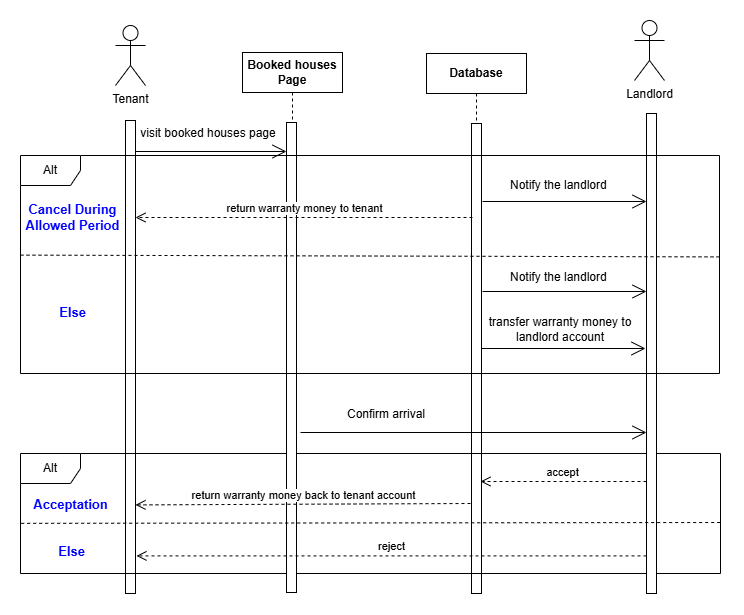
Above: docs/diagrams/sequence_diagram/CancelRental_ConfirmArrival.png in Semsary/Documentation (draw.io), before the change. Source tidied: cells renumbered, new cells last; positions are measured from the earlier drawing's top-left corner, leaving out a move shared by most shapes.
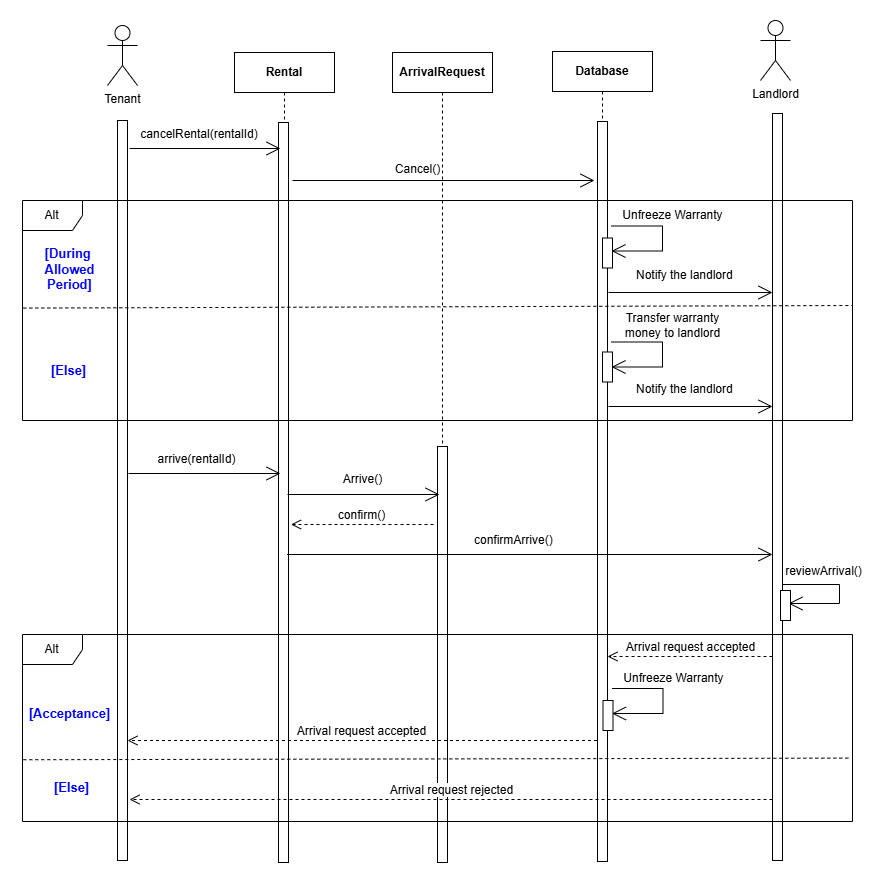
Above is the later version.

Diff of the diagram source:
```diff
@@ -3,124 +3,214 @@
     <mxCell id="0" />
     <mxCell id="1" parent="0" />
     <mxCell id="2" value="Tenant" style="shape=umlActor;verticalLabelPosition=bottom;verticalAlign=top;html=1;" parent="1" vertex="1">
-      <mxGeometry x="95" y="5" width="30" height="60" as="geometry" />
+      <mxGeometry x="-615" y="18" width="30" height="60" as="geometry" />
     </mxCell>
-    <mxCell id="3" style="html=1;points=[[0,0,0,0,5],[0,1,0,0,-5],[1,0,0,0,5],[1,1,0,0,-5]];perimeter=orthogonalPerimeter;outlineConnect=0;targetShapes=umlLifeline;portConstraint=eastwest;newEdgeStyle={&quot;curved&quot;:0,&quot;rounded&quot;:0};" parent="1" vertex="1">
-      <mxGeometry x="105" y="100" width="10" height="473" as="geometry" />
-    </mxCell>
+    <mxCell id="32" style="html=1;perimeter=orthogonalPerimeter;targetShapes=umlLifeline;newEdgeStyle={&quot;curved&quot;:0,&quot;rounded&quot;:0};" parent="1" vertex="1">
+      <mxGeometry x="-605" y="113" width="10" height="740" as="geometry" />
+    </mxCell>
     <mxCell id="4" value="&lt;b&gt;Database&lt;/b&gt;" style="shape=umlLifeline;perimeter=lifelinePerimeter;whiteSpace=wrap;html=1;newEdgeStyle={&quot;curved&quot;:0,&quot;rounded&quot;:0};" parent="1" vertex="1">
-      <mxGeometry x="406" y="33" width="100" height="540" as="geometry" />
+      <mxGeometry x="-170" y="44" width="100" height="809" as="geometry" />
     </mxCell>
-    <mxCell id="5" style="html=1;perimeter=orthogonalPerimeter;targetShapes=umlLifeline;newEdgeStyle={&quot;curved&quot;:0,&quot;rounded&quot;:0};" parent="4" vertex="1">
-      <mxGeometry x="45" y="70" width="10" height="470" as="geometry" />
-    </mxCell>
-    <mxCell id="6" value="Alt" style="shape=umlFrame;whiteSpace=wrap;html=1;" parent="1" vertex="1">
-      <mxGeometry y="433" width="700" height="120" as="geometry" />
-    </mxCell>
-    <mxCell id="7" value="Else" style="text;html=1;align=center;verticalAlign=middle;rounded=0;strokeWidth=1;fontStyle=1;fontSize=13;fontColor=light-dark(#0000FF,#EDEDED);" parent="1" vertex="1">
-      <mxGeometry x="26" y="511" width="50" height="40" as="geometry" />
-    </mxCell>
-    <mxCell id="8" value="Booked houses Page" style="shape=umlLifeline;perimeter=lifelinePerimeter;whiteSpace=wrap;html=1;newEdgeStyle={&quot;curved&quot;:0,&quot;rounded&quot;:0};fontStyle=1;" parent="1" vertex="1">
-      <mxGeometry x="222" y="32" width="100" height="540" as="geometry" />
-    </mxCell>
-    <mxCell id="9" style="html=1;perimeter=orthogonalPerimeter;targetShapes=umlLifeline;newEdgeStyle={&quot;curved&quot;:0,&quot;rounded&quot;:0};" parent="8" vertex="1">
-      <mxGeometry x="44" y="70" width="10" height="470" as="geometry" />
-    </mxCell>
-    <mxCell id="10" value="Acceptation" style="text;html=1;align=center;verticalAlign=middle;rounded=0;strokeWidth=1;fontStyle=1;fontSize=13;fontColor=light-dark(#0000FF,#EDEDED);" parent="1" vertex="1">
-      <mxGeometry x="25" y="464" width="50" height="40" as="geometry" />
-    </mxCell>
+    <mxCell id="33" style="html=1;perimeter=orthogonalPerimeter;targetShapes=umlLifeline;newEdgeStyle={&quot;curved&quot;:0,&quot;rounded&quot;:0};" parent="4" vertex="1">
+      <mxGeometry x="45" y="70" width="10" height="740" as="geometry" />
+    </mxCell>
+    <mxCell id="34" value="Rental" style="shape=umlLifeline;perimeter=lifelinePerimeter;whiteSpace=wrap;html=1;newEdgeStyle={&quot;curved&quot;:0,&quot;rounded&quot;:0};fontStyle=1;" parent="1" vertex="1">
+      <mxGeometry x="-488" y="45" width="100" height="810" as="geometry" />
+    </mxCell>
+    <mxCell id="35" style="html=1;perimeter=orthogonalPerimeter;targetShapes=umlLifeline;newEdgeStyle={&quot;curved&quot;:0,&quot;rounded&quot;:0};" parent="34" vertex="1">
+      <mxGeometry x="44" y="70" width="10" height="740" as="geometry" />
+    </mxCell>
     <mxCell id="11" value="Landlord" style="shape=umlActor;verticalLabelPosition=bottom;verticalAlign=top;html=1;" parent="1" vertex="1">
-      <mxGeometry x="614" width="30" height="60" as="geometry" />
+      <mxGeometry x="38" y="13" width="30" height="60" as="geometry" />
     </mxCell>
-    <mxCell id="12" style="html=1;perimeter=orthogonalPerimeter;targetShapes=umlLifeline;newEdgeStyle={&quot;curved&quot;:0,&quot;rounded&quot;:0};" parent="1" vertex="1">
-      <mxGeometry x="626" y="93" width="10" height="480" as="geometry" />
-    </mxCell>
-    <mxCell id="13" value="accept" style="html=1;verticalAlign=bottom;endArrow=open;dashed=1;endSize=8;curved=0;rounded=0;" parent="1" edge="1">
-      <mxGeometry relative="1" as="geometry">
-        <mxPoint x="626" y="461" as="sourcePoint" />
-        <mxPoint x="460" y="461" as="targetPoint" />
-      </mxGeometry>
-    </mxCell>
-    <mxCell id="14" style="endArrow=open;endFill=1;endSize=12;html=1;rounded=0;" parent="1" edge="1" source="3">
-      <mxGeometry relative="1" as="geometry">
-        <mxPoint x="266" y="131" as="targetPoint" />
-      </mxGeometry>
-    </mxCell>
-    <mxCell id="15" value="visit booked houses page" style="text;html=1;align=center;verticalAlign=middle;whiteSpace=wrap;rounded=0;" parent="1" vertex="1">
-      <mxGeometry x="118" y="98" width="140" height="30" as="geometry" />
-    </mxCell>
-    <mxCell id="16" style="html=1;labelBackgroundColor=#ffffff;endArrow=none;endFill=0;jettySize=auto;strokeWidth=1;dashed=1;fontSize=14;rounded=0;exitX=0.001;exitY=0.582;exitDx=0;exitDy=0;exitPerimeter=0;" parent="1" edge="1" source="6">
-      <mxGeometry relative="1" as="geometry">
-        <mxPoint x="701" y="502" as="targetPoint" />
-      </mxGeometry>
-    </mxCell>
-    <mxCell id="17" style="endArrow=open;endFill=1;endSize=12;html=1;rounded=0;" parent="1" edge="1">
-      <mxGeometry relative="1" as="geometry">
-        <mxPoint x="462" y="181" as="sourcePoint" />
-        <mxPoint x="626" y="181" as="targetPoint" />
-      </mxGeometry>
-    </mxCell>
-    <mxCell id="18" value="return warranty money to tenant" style="html=1;verticalAlign=bottom;endArrow=open;dashed=1;endSize=8;curved=0;rounded=0;" parent="1" edge="1">
-      <mxGeometry relative="1" as="geometry">
-        <mxPoint x="452" y="197" as="sourcePoint" />
-        <mxPoint x="115" y="197" as="targetPoint" />
-      </mxGeometry>
-    </mxCell>
-    <mxCell id="19" value="Notify the landlord&amp;nbsp;" style="text;html=1;align=center;verticalAlign=middle;whiteSpace=wrap;rounded=0;" parent="1" vertex="1">
-      <mxGeometry x="486" y="150" width="108" height="30" as="geometry" />
-    </mxCell>
-    <mxCell id="20" style="endArrow=open;endFill=1;endSize=12;html=1;rounded=0;" parent="1" edge="1">
-      <mxGeometry relative="1" as="geometry">
-        <mxPoint x="462" y="271" as="sourcePoint" />
-        <mxPoint x="626" y="271" as="targetPoint" />
-      </mxGeometry>
-    </mxCell>
-    <mxCell id="21" value="Notify the landlord&amp;nbsp;" style="text;html=1;align=center;verticalAlign=middle;whiteSpace=wrap;rounded=0;" parent="1" vertex="1">
-      <mxGeometry x="486" y="242" width="108" height="30" as="geometry" />
-    </mxCell>
-    <mxCell id="22" style="endArrow=open;endFill=1;endSize=12;html=1;rounded=0;" parent="1" edge="1">
-      <mxGeometry relative="1" as="geometry">
-        <mxPoint x="461" y="328" as="sourcePoint" />
-        <mxPoint x="625" y="328" as="targetPoint" />
-      </mxGeometry>
-    </mxCell>
-    <mxCell id="23" value="transfer warranty money to landlord account" style="text;html=1;align=center;verticalAlign=middle;whiteSpace=wrap;rounded=0;" parent="1" vertex="1">
-      <mxGeometry x="454" y="294" width="172" height="30" as="geometry" />
-    </mxCell>
-    <mxCell id="24" style="endArrow=open;endFill=1;endSize=12;html=1;rounded=0;" parent="1" edge="1">
-      <mxGeometry relative="1" as="geometry">
-        <mxPoint x="280" y="412" as="sourcePoint" />
-        <mxPoint x="626" y="412" as="targetPoint" />
-      </mxGeometry>
-    </mxCell>
-    <mxCell id="25" value="Confirm arrival" style="text;html=1;align=center;verticalAlign=middle;whiteSpace=wrap;rounded=0;" parent="1" vertex="1">
-      <mxGeometry x="312" y="378.5" width="108" height="30" as="geometry" />
-    </mxCell>
-    <mxCell id="26" value="return warranty money back to tenant account" style="html=1;verticalAlign=bottom;endArrow=open;dashed=1;endSize=8;curved=0;rounded=0;" parent="1" edge="1">
-      <mxGeometry relative="1" as="geometry">
-        <mxPoint x="450" y="483" as="sourcePoint" />
-        <mxPoint x="115" y="484.4" as="targetPoint" />
-      </mxGeometry>
-    </mxCell>
-    <mxCell id="27" value="reject" style="html=1;verticalAlign=bottom;endArrow=open;dashed=1;endSize=8;curved=0;rounded=0;" parent="1" edge="1">
-      <mxGeometry relative="1" as="geometry">
-        <mxPoint x="626" y="535.4" as="sourcePoint" />
-        <mxPoint x="116" y="535.4" as="targetPoint" />
-      </mxGeometry>
-    </mxCell>
-    <mxCell id="28" value="Alt" style="shape=umlFrame;whiteSpace=wrap;html=1;" parent="1" vertex="1">
-      <mxGeometry y="135" width="699" height="218" as="geometry" />
-    </mxCell>
-    <mxCell id="29" style="html=1;labelBackgroundColor=#ffffff;endArrow=none;endFill=0;jettySize=auto;strokeWidth=1;dashed=1;fontSize=14;rounded=0;exitX=0;exitY=0.457;exitDx=0;exitDy=0;exitPerimeter=0;" parent="1" edge="1" source="28">
-      <mxGeometry relative="1" as="geometry">
-        <mxPoint x="702" y="236.4" as="targetPoint" />
-      </mxGeometry>
-    </mxCell>
-    <mxCell id="30" value="Cancel During&lt;div&gt;Allowed Period&lt;/div&gt;" style="text;html=1;align=center;verticalAlign=middle;rounded=0;strokeWidth=1;fontStyle=1;fontSize=13;fontColor=light-dark(#0000FF,#EDEDED);" parent="1" vertex="1">
-      <mxGeometry x="12" y="177" width="80" height="40" as="geometry" />
-    </mxCell>
-    <mxCell id="31" value="Else" style="text;html=1;align=center;verticalAlign=middle;rounded=0;strokeWidth=1;fontStyle=1;fontSize=13;fontColor=light-dark(#0000FF,#EDEDED);" parent="1" vertex="1">
-      <mxGeometry x="27" y="272" width="50" height="40" as="geometry" />
-    </mxCell>
+    <mxCell id="36" style="html=1;perimeter=orthogonalPerimeter;targetShapes=umlLifeline;newEdgeStyle={&quot;curved&quot;:0,&quot;rounded&quot;:0};" parent="1" vertex="1">
+      <mxGeometry x="50" y="106" width="10" height="747" as="geometry" />
+    </mxCell>
+    <mxCell id="37" style="endArrow=open;endFill=1;endSize=12;html=1;rounded=0;" parent="1" edge="1">
+      <mxGeometry relative="1" as="geometry">
+        <mxPoint x="-593" y="141" as="sourcePoint" />
+        <mxPoint x="-442" y="141" as="targetPoint" />
+      </mxGeometry>
+    </mxCell>
+    <mxCell id="38" value="cancelRental(rentalId)" style="text;html=1;align=center;verticalAlign=middle;whiteSpace=wrap;rounded=0;" parent="1" vertex="1">
+      <mxGeometry x="-593" y="112" width="140" height="30" as="geometry" />
+    </mxCell>
+    <mxCell id="39" value="Notify the landlord&amp;nbsp;" style="text;html=1;align=center;verticalAlign=middle;whiteSpace=wrap;rounded=0;" parent="1" vertex="1">
+      <mxGeometry x="-90" y="253" width="108" height="30" as="geometry" />
+    </mxCell>
+    <mxCell id="40" style="endArrow=open;endFill=1;endSize=12;html=1;rounded=0;" parent="1" edge="1">
+      <mxGeometry relative="1" as="geometry">
+        <mxPoint x="-114" y="285" as="sourcePoint" />
+        <mxPoint x="50" y="285" as="targetPoint" />
+      </mxGeometry>
+    </mxCell>
+    <mxCell id="41" value="Cancel()" style="text;html=1;align=center;verticalAlign=middle;whiteSpace=wrap;rounded=0;" parent="1" vertex="1">
+      <mxGeometry x="-350" y="147" width="91" height="30" as="geometry" />
+    </mxCell>
+    <mxCell id="42" style="endArrow=open;endFill=1;endSize=12;html=1;rounded=0;" parent="1" edge="1">
+      <mxGeometry relative="1" as="geometry">
+        <mxPoint x="-594" y="466" as="sourcePoint" />
+        <mxPoint x="-442" y="466" as="targetPoint" />
+      </mxGeometry>
+    </mxCell>
+    <mxCell id="43" value="[Else]" style="text;html=1;align=center;verticalAlign=middle;rounded=0;strokeWidth=1;fontStyle=1;fontSize=13;fontColor=light-dark(#0000FF,#EDEDED);" parent="1" vertex="1">
+      <mxGeometry x="-679" y="343" width="50" height="40" as="geometry" />
+    </mxCell>
+    <mxCell id="44" value="&lt;b&gt;ArrivalRequest&lt;/b&gt;" style="shape=umlLifeline;perimeter=lifelinePerimeter;whiteSpace=wrap;html=1;newEdgeStyle={&quot;curved&quot;:0,&quot;rounded&quot;:0};" parent="1" vertex="1">
+      <mxGeometry x="-330" y="45" width="100" height="810" as="geometry" />
+    </mxCell>
+    <mxCell id="45" style="html=1;perimeter=orthogonalPerimeter;targetShapes=umlLifeline;newEdgeStyle={&quot;curved&quot;:0,&quot;rounded&quot;:0};" parent="44" vertex="1">
+      <mxGeometry x="45" y="394" width="10" height="416" as="geometry" />
+    </mxCell>
+    <mxCell id="46" value="Unfreeze Warranty" style="text;html=1;align=center;verticalAlign=middle;whiteSpace=wrap;rounded=0;" parent="1" vertex="1">
+      <mxGeometry x="-109" y="193" width="119" height="30" as="geometry" />
+    </mxCell>
+    <mxCell id="47" style="endArrow=open;endFill=1;endSize=12;html=1;rounded=0;" parent="1" edge="1">
+      <mxGeometry relative="1" as="geometry">
+        <mxPoint x="-111" y="218.5" as="sourcePoint" />
+        <mxPoint x="-111" y="243.5" as="targetPoint" />
+        <Array as="points">
+          <mxPoint x="-60" y="218.5" />
+          <mxPoint x="-60" y="243.5" />
+        </Array>
+      </mxGeometry>
+    </mxCell>
+    <mxCell id="48" style="html=1;perimeter=orthogonalPerimeter;targetShapes=umlLifeline;newEdgeStyle={&quot;curved&quot;:0,&quot;rounded&quot;:0};" parent="1" vertex="1">
+      <mxGeometry x="-120" y="230.5" width="10" height="30" as="geometry" />
+    </mxCell>
+    <mxCell id="49" value="[During&amp;nbsp;&lt;div&gt;Allowed&lt;/div&gt;&lt;div&gt;Period]&lt;/div&gt;" style="text;html=1;align=center;verticalAlign=middle;rounded=0;strokeWidth=1;fontStyle=1;fontSize=13;fontColor=light-dark(#0000FF,#EDEDED);" parent="1" vertex="1">
+      <mxGeometry x="-678" y="242" width="50" height="40" as="geometry" />
+    </mxCell>
+    <mxCell id="50" style="html=1;labelBackgroundColor=#ffffff;endArrow=none;endFill=0;jettySize=auto;strokeWidth=1;dashed=1;fontSize=14;rounded=0;exitX=0.001;exitY=0.489;exitDx=0;exitDy=0;exitPerimeter=0;entryX=1;entryY=0.481;entryDx=0;entryDy=0;entryPerimeter=0;" parent="1" edge="1" source="57">
+      <mxGeometry relative="1" as="geometry">
+        <mxPoint x="130" y="298" as="targetPoint" />
+      </mxGeometry>
+    </mxCell>
+    <mxCell id="51" style="endArrow=open;endFill=1;endSize=12;html=1;rounded=0;" parent="1" edge="1">
+      <mxGeometry relative="1" as="geometry">
+        <mxPoint x="-430" y="173" as="sourcePoint" />
+        <mxPoint x="-128" y="173" as="targetPoint" />
+      </mxGeometry>
+    </mxCell>
+    <mxCell id="52" value="Notify the landlord&amp;nbsp;" style="text;html=1;align=center;verticalAlign=middle;whiteSpace=wrap;rounded=0;" parent="1" vertex="1">
+      <mxGeometry x="-90" y="367" width="108" height="30" as="geometry" />
+    </mxCell>
+    <mxCell id="53" style="endArrow=open;endFill=1;endSize=12;html=1;rounded=0;" parent="1" edge="1">
+      <mxGeometry relative="1" as="geometry">
+        <mxPoint x="-114" y="399" as="sourcePoint" />
+        <mxPoint x="50" y="399" as="targetPoint" />
+      </mxGeometry>
+    </mxCell>
+    <mxCell id="54" value="Transfer warranty money to landlord" style="text;html=1;align=center;verticalAlign=middle;whiteSpace=wrap;rounded=0;" parent="1" vertex="1">
+      <mxGeometry x="-109" y="303" width="119" height="30" as="geometry" />
+    </mxCell>
+    <mxCell id="55" style="endArrow=open;endFill=1;endSize=12;html=1;rounded=0;" parent="1" edge="1">
+      <mxGeometry relative="1" as="geometry">
+        <mxPoint x="-111" y="334.5" as="sourcePoint" />
+        <mxPoint x="-111" y="359.5" as="targetPoint" />
+        <Array as="points">
+          <mxPoint x="-60" y="334.5" />
+          <mxPoint x="-60" y="359.5" />
+        </Array>
+      </mxGeometry>
+    </mxCell>
+    <mxCell id="56" style="html=1;perimeter=orthogonalPerimeter;targetShapes=umlLifeline;newEdgeStyle={&quot;curved&quot;:0,&quot;rounded&quot;:0};" parent="1" vertex="1">
+      <mxGeometry x="-120" y="344.5" width="10" height="30" as="geometry" />
+    </mxCell>
+    <mxCell id="57" value="Alt" style="shape=umlFrame;whiteSpace=wrap;html=1;" parent="1" vertex="1">
+      <mxGeometry x="-700" y="193" width="830" height="220" as="geometry" />
+    </mxCell>
+    <mxCell id="58" style="html=1;labelBackgroundColor=#ffffff;endArrow=none;endFill=0;jettySize=auto;orthogonalLoop=1;strokeWidth=1;dashed=1;fontSize=14;rounded=0;exitX=0.001;exitY=0.643;exitDx=0;exitDy=0;exitPerimeter=0;entryX=0.998;entryY=0.515;entryDx=0;entryDy=0;entryPerimeter=0;" parent="1" edge="1">
+      <mxGeometry relative="1" as="geometry">
+        <mxPoint x="-699.2" y="752.2" as="sourcePoint" />
+        <mxPoint x="128.3" y="750.6" as="targetPoint" />
+      </mxGeometry>
+    </mxCell>
+    <mxCell id="59" value="Alt" style="shape=umlFrame;whiteSpace=wrap;html=1;" parent="1" vertex="1">
+      <mxGeometry x="-700" y="627" width="830" height="187" as="geometry" />
+    </mxCell>
+    <mxCell id="60" value="[Else]" style="text;html=1;align=center;verticalAlign=middle;rounded=0;strokeWidth=1;fontStyle=1;fontSize=13;fontColor=light-dark(#0000FF,#EDEDED);" parent="1" vertex="1">
+      <mxGeometry x="-676" y="760" width="50" height="40" as="geometry" />
+    </mxCell>
+    <mxCell id="61" value="[Acceptance]" style="text;html=1;align=center;verticalAlign=middle;rounded=0;strokeWidth=1;fontStyle=1;fontSize=13;fontColor=light-dark(#0000FF,#EDEDED);" parent="1" vertex="1">
+      <mxGeometry x="-702" y="685.5" width="98" height="40" as="geometry" />
+    </mxCell>
+    <mxCell id="62" value="arrive(rentalId)" style="text;html=1;align=center;verticalAlign=middle;whiteSpace=wrap;rounded=0;" parent="1" vertex="1">
+      <mxGeometry x="-577" y="437" width="103" height="30" as="geometry" />
+    </mxCell>
+    <mxCell id="63" style="endArrow=open;endFill=1;endSize=12;html=1;rounded=0;" parent="1" edge="1">
+      <mxGeometry relative="1" as="geometry">
+        <mxPoint x="-435" y="487" as="sourcePoint" />
+        <mxPoint x="-283" y="487" as="targetPoint" />
+      </mxGeometry>
+    </mxCell>
+    <mxCell id="64" value="Arrive()" style="text;html=1;align=center;verticalAlign=middle;whiteSpace=wrap;rounded=0;" parent="1" vertex="1">
+      <mxGeometry x="-411" y="457" width="103" height="30" as="geometry" />
+    </mxCell>
+    <mxCell id="65" value="&lt;font style=&quot;font-size: 12px;&quot;&gt;confirm()&lt;/font&gt;" style="html=1;verticalAlign=bottom;endArrow=open;dashed=1;endSize=8;curved=0;rounded=0;" parent="1" edge="1">
+      <mxGeometry relative="1" as="geometry">
+        <mxPoint x="-289" y="517" as="sourcePoint" />
+        <mxPoint x="-431.5" y="517" as="targetPoint" />
+      </mxGeometry>
+    </mxCell>
+    <mxCell id="66" style="endArrow=open;endFill=1;endSize=12;html=1;rounded=0;" parent="1" edge="1">
+      <mxGeometry relative="1" as="geometry">
+        <mxPoint x="-435.5" y="547" as="sourcePoint" />
+        <mxPoint x="50" y="547" as="targetPoint" />
+      </mxGeometry>
+    </mxCell>
+    <mxCell id="67" value="&lt;span style=&quot;color: rgb(0, 0, 0); font-family: Helvetica; font-style: normal; font-variant-ligatures: normal; font-variant-caps: normal; font-weight: 400; letter-spacing: normal; orphans: 2; text-align: center; text-indent: 0px; text-transform: none; widows: 2; word-spacing: 0px; -webkit-text-stroke-width: 0px; white-space: nowrap; background-color: rgb(255, 255, 255); text-decoration-thickness: initial; text-decoration-style: initial; text-decoration-color: initial; float: none; display: inline !important;&quot;&gt;&lt;font&gt;confirmArrive()&lt;/font&gt;&lt;/span&gt;" style="text;whiteSpace=wrap;html=1;" parent="1" vertex="1">
+      <mxGeometry x="-250" y="519" width="80" height="28" as="geometry" />
+    </mxCell>
+    <mxCell id="68" value="reviewArrival()" style="text;html=1;align=center;verticalAlign=middle;whiteSpace=wrap;rounded=0;" parent="1" vertex="1">
+      <mxGeometry x="60" y="549" width="83" height="30" as="geometry" />
+    </mxCell>
+    <mxCell id="69" style="endArrow=open;endFill=1;endSize=12;html=1;rounded=0;" parent="1" edge="1">
+      <mxGeometry relative="1" as="geometry">
+        <mxPoint x="60" y="577" as="sourcePoint" />
+        <mxPoint x="66" y="596" as="targetPoint" />
+        <Array as="points">
+          <mxPoint x="117" y="577" />
+          <mxPoint x="117" y="596" />
+        </Array>
+      </mxGeometry>
+    </mxCell>
+    <mxCell id="70" value="Unfreeze Warranty" style="text;html=1;align=center;verticalAlign=middle;whiteSpace=wrap;rounded=0;" parent="1" vertex="1">
+      <mxGeometry x="-108.5" y="655.5" width="119" height="30" as="geometry" />
+    </mxCell>
+    <mxCell id="71" style="endArrow=open;endFill=1;endSize=12;html=1;rounded=0;" parent="1" edge="1">
+      <mxGeometry relative="1" as="geometry">
+        <mxPoint x="-110.5" y="681" as="sourcePoint" />
+        <mxPoint x="-110.5" y="706" as="targetPoint" />
+        <Array as="points">
+          <mxPoint x="-59.5" y="681" />
+          <mxPoint x="-59.5" y="706" />
+        </Array>
+      </mxGeometry>
+    </mxCell>
+    <mxCell id="72" style="html=1;perimeter=orthogonalPerimeter;targetShapes=umlLifeline;newEdgeStyle={&quot;curved&quot;:0,&quot;rounded&quot;:0};" parent="1" vertex="1">
+      <mxGeometry x="-119.5" y="693" width="10" height="30" as="geometry" />
+    </mxCell>
+    <mxCell id="73" value="&lt;span style=&quot;font-size: 12px;&quot;&gt;Arrival request accepted&lt;/span&gt;" style="html=1;verticalAlign=bottom;endArrow=open;dashed=1;endSize=8;curved=0;rounded=0;" parent="1" edge="1">
+      <mxGeometry relative="1" as="geometry">
+        <mxPoint x="50" y="649" as="sourcePoint" />
+        <mxPoint x="-115" y="649" as="targetPoint" />
+      </mxGeometry>
+    </mxCell>
+    <mxCell id="74" value="&lt;span style=&quot;font-size: 12px;&quot;&gt;Arrival request accepted&lt;/span&gt;" style="html=1;verticalAlign=bottom;endArrow=open;dashed=1;endSize=8;curved=0;rounded=0;" parent="1" edge="1">
+      <mxGeometry relative="1" as="geometry">
+        <mxPoint x="-125.5" y="733" as="sourcePoint" />
+        <mxPoint x="-595" y="733" as="targetPoint" />
+      </mxGeometry>
+    </mxCell>
+    <mxCell id="75" value="&lt;span style=&quot;font-size: 12px;&quot;&gt;Arrival request rejected&lt;/span&gt;" style="html=1;verticalAlign=bottom;endArrow=open;dashed=1;endSize=8;curved=0;rounded=0;" parent="1" edge="1">
+      <mxGeometry relative="1" as="geometry">
+        <mxPoint x="50" y="792" as="sourcePoint" />
+        <mxPoint x="-593" y="792" as="targetPoint" />
+      </mxGeometry>
+    </mxCell>
+    <mxCell id="76" style="html=1;perimeter=orthogonalPerimeter;targetShapes=umlLifeline;newEdgeStyle={&quot;curved&quot;:0,&quot;rounded&quot;:0};" parent="1" vertex="1">
+      <mxGeometry x="58" y="583" width="10" height="30" as="geometry" />
+    </mxCell>
   </root>
 </mxGraphModel>
```
